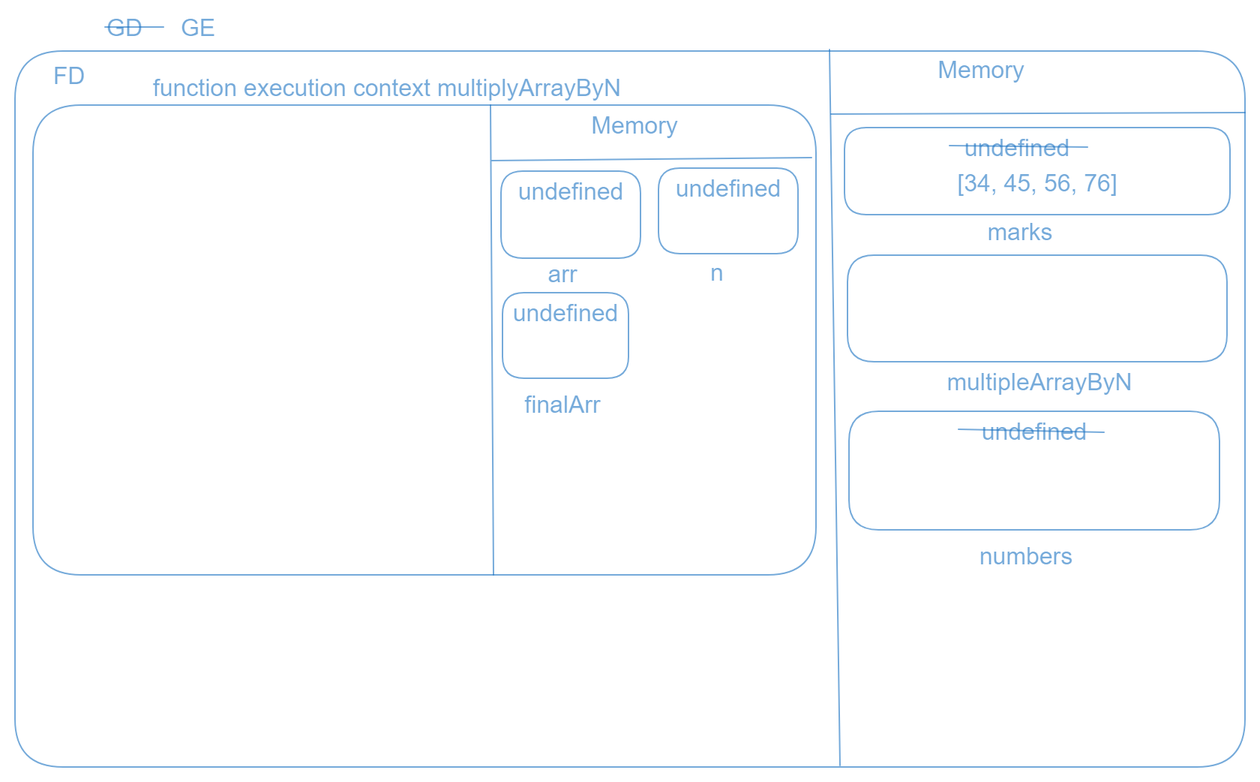
The Excalidraw diagram block-BJaags/img/hosting 33.png in D804/TA-JS-scope-and-closure-TJaaal, before a commit. Source tidied: one line per element, renumbered; positions are measured from the earlier drawing's top-left corner, leaving out a move shared by most shapes. Source of this version:
```json
{"id": 0, "type": "rectangle", "strokeColor": "#1971c2", "strokeWidth": 1, "roughness": 0, "opacity": 60, "round": true, "x": 0, "y": 24, "width": 820, "height": 477}
{"id": 1, "type": "line", "strokeColor": "#1971c2", "strokeWidth": 1, "roughness": 0, "opacity": 60, "round": true, "x": 543, "y": 23, "width": 7, "height": 477, "points": [[0, 0], [7, 477]]}
{"id": 2, "type": "line", "strokeColor": "#1971c2", "strokeWidth": 1, "roughness": 0, "opacity": 60, "round": true, "x": 544, "y": 66, "width": 276, "height": 1, "points": [[0, 0], [276, -1]]}
{"id": 3, "type": "text", "text": "Memory", "strokeColor": "#1971c2", "strokeWidth": 1, "roughness": 0, "opacity": 60, "fontSize": 16, "fontFamily": 2, "textAlign": "center", "x": 615, "y": 28, "width": 58, "height": 18}
{"id": 4, "type": "rectangle", "strokeColor": "#1971c2", "strokeWidth": 1, "roughness": 0, "opacity": 60, "round": true, "x": 553, "y": 75, "width": 257, "height": 58}
{"id": 5, "type": "text", "text": "\n[34, 45, 56, 76]", "strokeColor": "#1971c2", "strokeWidth": 1, "roughness": 0, "opacity": 60, "fontSize": 16, "fontFamily": 2, "textAlign": "center", "verticalAlign": "middle", "inside": 4, "x": 628, "y": 86, "width": 107, "height": 37}
{"id": 6, "type": "text", "text": "marks", "strokeColor": "#1971c2", "strokeWidth": 1, "roughness": 0, "opacity": 60, "fontSize": 16, "fontFamily": 2, "textAlign": "center", "x": 648, "y": 136, "width": 44, "height": 18}
{"id": 7, "type": "text", "text": "GD", "strokeColor": "#1971c2", "strokeWidth": 1, "roughness": 0, "opacity": 60, "fontSize": 16, "fontFamily": 2, "textAlign": "center", "x": 61, "y": 0, "width": 24, "height": 18}
{"id": 8, "type": "line", "strokeColor": "#1971c2", "strokeWidth": 1, "roughness": 0, "opacity": 60, "round": true, "x": 60, "y": 8, "width": 39, "height": 0, "points": [[0, 0], [39, 0]]}
{"id": 9, "type": "text", "text": "undefined", "strokeColor": "#1971c2", "strokeWidth": 1, "roughness": 0, "opacity": 60, "fontSize": 16, "fontFamily": 2, "textAlign": "center", "x": 633, "y": 80, "width": 70, "height": 18}
{"id": 10, "type": "line", "strokeColor": "#1971c2", "strokeWidth": 1, "roughness": 0, "opacity": 60, "round": true, "x": 623, "y": 87, "width": 92, "height": 1, "points": [[0, 0], [92, 1]]}
{"id": 11, "type": "rectangle", "strokeColor": "#1971c2", "strokeWidth": 1, "roughness": 0, "opacity": 60, "round": true, "x": 555, "y": 160, "width": 253, "height": 71}
{"id": 12, "type": "text", "text": "multipleArrayByN", "strokeColor": "#1971c2", "strokeWidth": 1, "roughness": 0, "opacity": 60, "fontSize": 16, "fontFamily": 2, "textAlign": "center", "x": 621, "y": 236, "width": 124, "height": 18}
{"id": 13, "type": "rectangle", "strokeColor": "#1971c2", "strokeWidth": 1, "roughness": 0, "opacity": 60, "round": true, "x": 556, "y": 264, "width": 247, "height": 79}
{"id": 14, "type": "text", "text": "undefined", "strokeColor": "#1971c2", "strokeWidth": 1, "roughness": 0, "opacity": 60, "fontSize": 16, "fontFamily": 2, "textAlign": "center", "inside": 13, "x": 644, "y": 269, "width": 70, "height": 18}
{"id": 15, "type": "text", "text": "numbers", "strokeColor": "#1971c2", "strokeWidth": 1, "roughness": 0, "opacity": 60, "fontSize": 16, "fontFamily": 2, "textAlign": "center", "x": 643, "y": 352, "width": 62, "height": 18}
{"id": 16, "type": "line", "strokeColor": "#1971c2", "strokeWidth": 1, "roughness": 0, "opacity": 60, "round": true, "x": 629, "y": 276, "width": 97, "height": 2, "points": [[0, 0], [97, 2]]}
{"id": 17, "type": "text", "text": "GE", "strokeColor": "#1971c2", "strokeWidth": 1, "roughness": 0, "opacity": 60, "fontSize": 16, "fontFamily": 2, "textAlign": "center", "x": 110, "y": 0, "width": 23, "height": 18}
{"id": 18, "type": "rectangle", "strokeColor": "#1971c2", "strokeWidth": 1, "roughness": 0, "opacity": 60, "round": true, "x": 12, "y": 60, "width": 522, "height": 313}
{"id": 19, "type": "line", "strokeColor": "#1971c2", "strokeWidth": 1, "roughness": 0, "opacity": 60, "round": true, "x": 317, "y": 60, "width": 2, "height": 313, "points": [[0, 0], [2, 313]]}
{"id": 20, "type": "line", "strokeColor": "#1971c2", "strokeWidth": 1, "roughness": 0, "opacity": 60, "round": true, "x": 318, "y": 97, "width": 213, "height": 2, "points": [[0, 0], [213, -2]]}
{"id": 21, "type": "text", "text": "Memory", "strokeColor": "#1971c2", "strokeWidth": 1, "roughness": 0, "opacity": 60, "fontSize": 16, "fontFamily": 2, "textAlign": "center", "x": 384, "y": 65, "width": 58, "height": 18}
{"id": 22, "type": "text", "text": "function execution context multiplyArrayByN", "strokeColor": "#1971c2", "strokeWidth": 1, "roughness": 0, "opacity": 60, "fontSize": 16, "fontFamily": 2, "textAlign": "center", "x": 92, "y": 40, "width": 312, "height": 18}
{"id": 23, "type": "text", "text": "FD", "strokeColor": "#1971c2", "strokeWidth": 1, "roughness": 0, "opacity": 60, "fontSize": 16, "fontFamily": 2, "textAlign": "center", "x": 25, "y": 32, "width": 21, "height": 18}
{"id": 24, "type": "rectangle", "strokeColor": "#1971c2", "strokeWidth": 1, "roughness": 0, "opacity": 60, "round": true, "x": 324, "y": 104, "width": 93, "height": 58}
{"id": 25, "type": "text", "text": "undefined", "strokeColor": "#1971c2", "strokeWidth": 1, "roughness": 0, "opacity": 60, "fontSize": 16, "fontFamily": 2, "textAlign": "center", "inside": 24, "x": 335, "y": 109, "width": 70, "height": 18}
{"id": 26, "type": "rectangle", "strokeColor": "#1971c2", "strokeWidth": 1, "roughness": 0, "opacity": 60, "round": true, "x": 429, "y": 102, "width": 93, "height": 57}
{"id": 27, "type": "text", "text": "undefined", "strokeColor": "#1971c2", "strokeWidth": 1, "roughness": 0, "opacity": 60, "fontSize": 16, "fontFamily": 2, "textAlign": "center", "inside": 26, "x": 440, "y": 107, "width": 70, "height": 18}
{"id": 28, "type": "text", "text": "arr", "strokeColor": "#1971c2", "strokeWidth": 1, "roughness": 0, "opacity": 60, "fontSize": 16, "fontFamily": 2, "textAlign": "center", "x": 355, "y": 164, "width": 20, "height": 18}
{"id": 29, "type": "text", "text": "n", "strokeColor": "#1971c2", "strokeWidth": 1, "roughness": 0, "opacity": 60, "fontSize": 16, "fontFamily": 2, "textAlign": "center", "x": 464, "y": 163, "width": 9, "height": 18}
{"id": 30, "type": "rectangle", "strokeColor": "#1971c2", "strokeWidth": 1, "roughness": 0, "opacity": 60, "round": true, "x": 325, "y": 185, "width": 84, "height": 57}
{"id": 31, "type": "text", "text": "undefined", "strokeColor": "#1971c2", "strokeWidth": 1, "roughness": 0, "opacity": 60, "fontSize": 16, "fontFamily": 2, "textAlign": "center", "inside": 30, "x": 332, "y": 190, "width": 70, "height": 18}
{"id": 32, "type": "text", "text": "finalArr", "strokeColor": "#1971c2", "strokeWidth": 1, "roughness": 0, "opacity": 60, "fontSize": 16, "fontFamily": 2, "textAlign": "center", "x": 340, "y": 251, "width": 51, "height": 18}
```
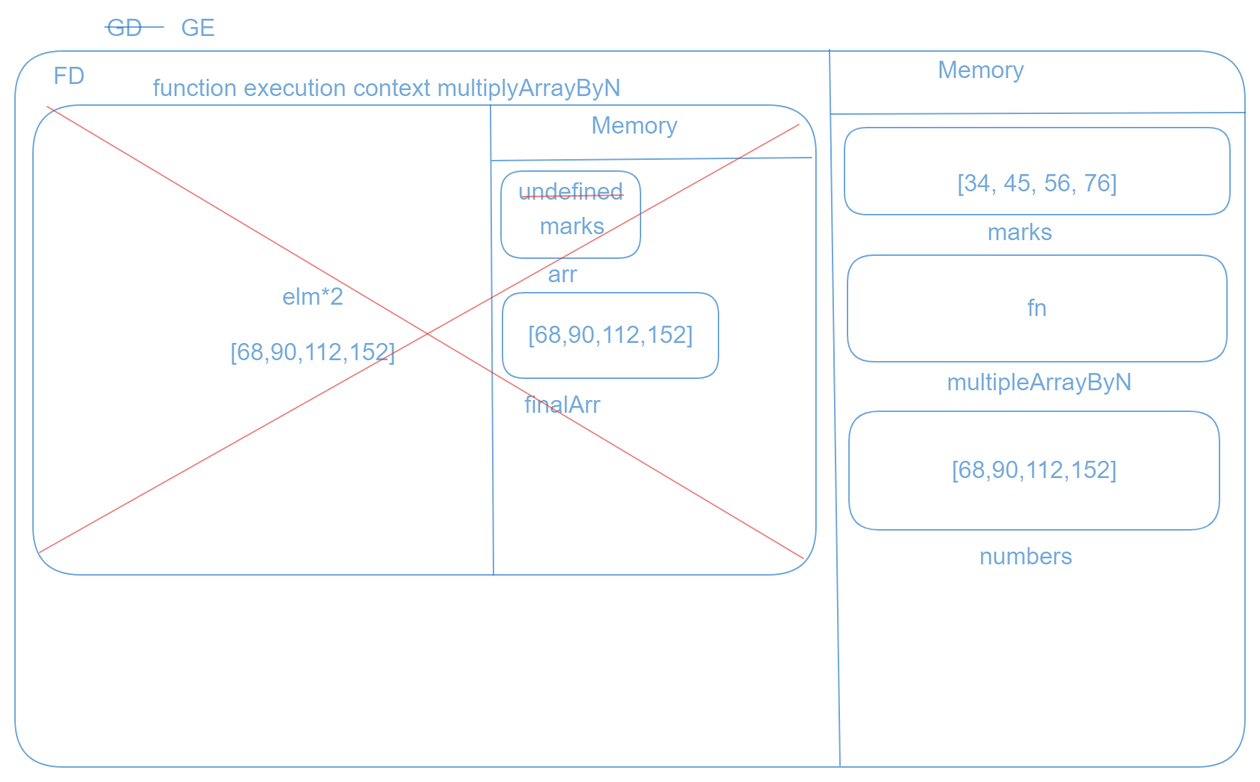
Later version of the same file.

Commit message:
update scope and hosting

The edit, as a diff of the source:
```diff
@@ -7,14 +7,12 @@
 {"id": 6, "type": "text", "text": "marks", "strokeColor": "#1971c2", "strokeWidth": 1, "roughness": 0, "opacity": 60, "fontSize": 16, "fontFamily": 2, "textAlign": "center", "x": 648, "y": 136, "width": 44, "height": 18}
 {"id": 7, "type": "text", "text": "GD", "strokeColor": "#1971c2", "strokeWidth": 1, "roughness": 0, "opacity": 60, "fontSize": 16, "fontFamily": 2, "textAlign": "center", "x": 61, "y": 0, "width": 24, "height": 18}
 {"id": 8, "type": "line", "strokeColor": "#1971c2", "strokeWidth": 1, "roughness": 0, "opacity": 60, "round": true, "x": 60, "y": 8, "width": 39, "height": 0, "points": [[0, 0], [39, 0]]}
-{"id": 9, "type": "text", "text": "undefined", "strokeColor": "#1971c2", "strokeWidth": 1, "roughness": 0, "opacity": 60, "fontSize": 16, "fontFamily": 2, "textAlign": "center", "x": 633, "y": 80, "width": 70, "height": 18}
-{"id": 10, "type": "line", "strokeColor": "#1971c2", "strokeWidth": 1, "roughness": 0, "opacity": 60, "round": true, "x": 623, "y": 87, "width": 92, "height": 1, "points": [[0, 0], [92, 1]]}
 {"id": 11, "type": "rectangle", "strokeColor": "#1971c2", "strokeWidth": 1, "roughness": 0, "opacity": 60, "round": true, "x": 555, "y": 160, "width": 253, "height": 71}
+{"id": 33, "type": "text", "text": "fn", "strokeColor": "#1971c2", "backgroundColor": "#a5d8ff", "fillStyle": "cross-hatch", "strokeWidth": 1, "roughness": 0, "opacity": 60, "fontSize": 16, "fontFamily": 2, "textAlign": "center", "verticalAlign": "middle", "inside": 11, "x": 675, "y": 186, "width": 13, "height": 18}
 {"id": 12, "type": "text", "text": "multipleArrayByN", "strokeColor": "#1971c2", "strokeWidth": 1, "roughness": 0, "opacity": 60, "fontSize": 16, "fontFamily": 2, "textAlign": "center", "x": 621, "y": 236, "width": 124, "height": 18}
 {"id": 13, "type": "rectangle", "strokeColor": "#1971c2", "strokeWidth": 1, "roughness": 0, "opacity": 60, "round": true, "x": 556, "y": 264, "width": 247, "height": 79}
-{"id": 14, "type": "text", "text": "undefined", "strokeColor": "#1971c2", "strokeWidth": 1, "roughness": 0, "opacity": 60, "fontSize": 16, "fontFamily": 2, "textAlign": "center", "inside": 13, "x": 644, "y": 269, "width": 70, "height": 18}
+{"id": 34, "type": "text", "text": "[68,90,112,152]", "strokeColor": "#1971c2", "backgroundColor": "#a5d8ff", "fillStyle": "cross-hatch", "strokeWidth": 1, "roughness": 0, "opacity": 60, "fontSize": 16, "fontFamily": 2, "textAlign": "center", "verticalAlign": "middle", "inside": 13, "x": 624, "y": 294, "width": 110, "height": 18}
 {"id": 15, "type": "text", "text": "numbers", "strokeColor": "#1971c2", "strokeWidth": 1, "roughness": 0, "opacity": 60, "fontSize": 16, "fontFamily": 2, "textAlign": "center", "x": 643, "y": 352, "width": 62, "height": 18}
-{"id": 16, "type": "line", "strokeColor": "#1971c2", "strokeWidth": 1, "roughness": 0, "opacity": 60, "round": true, "x": 629, "y": 276, "width": 97, "height": 2, "points": [[0, 0], [97, 2]]}
 {"id": 17, "type": "text", "text": "GE", "strokeColor": "#1971c2", "strokeWidth": 1, "roughness": 0, "opacity": 60, "fontSize": 16, "fontFamily": 2, "textAlign": "center", "x": 110, "y": 0, "width": 23, "height": 18}
 {"id": 18, "type": "rectangle", "strokeColor": "#1971c2", "strokeWidth": 1, "roughness": 0, "opacity": 60, "round": true, "x": 12, "y": 60, "width": 522, "height": 313}
 {"id": 19, "type": "line", "strokeColor": "#1971c2", "strokeWidth": 1, "roughness": 0, "opacity": 60, "round": true, "x": 317, "y": 60, "width": 2, "height": 313, "points": [[0, 0], [2, 313]]}
@@ -24,10 +22,12 @@
 {"id": 23, "type": "text", "text": "FD", "strokeColor": "#1971c2", "strokeWidth": 1, "roughness": 0, "opacity": 60, "fontSize": 16, "fontFamily": 2, "textAlign": "center", "x": 25, "y": 32, "width": 21, "height": 18}
 {"id": 24, "type": "rectangle", "strokeColor": "#1971c2", "strokeWidth": 1, "roughness": 0, "opacity": 60, "round": true, "x": 324, "y": 104, "width": 93, "height": 58}
 {"id": 25, "type": "text", "text": "undefined", "strokeColor": "#1971c2", "strokeWidth": 1, "roughness": 0, "opacity": 60, "fontSize": 16, "fontFamily": 2, "textAlign": "center", "inside": 24, "x": 335, "y": 109, "width": 70, "height": 18}
-{"id": 26, "type": "rectangle", "strokeColor": "#1971c2", "strokeWidth": 1, "roughness": 0, "opacity": 60, "round": true, "x": 429, "y": 102, "width": 93, "height": 57}
-{"id": 27, "type": "text", "text": "undefined", "strokeColor": "#1971c2", "strokeWidth": 1, "roughness": 0, "opacity": 60, "fontSize": 16, "fontFamily": 2, "textAlign": "center", "inside": 26, "x": 440, "y": 107, "width": 70, "height": 18}
 {"id": 28, "type": "text", "text": "arr", "strokeColor": "#1971c2", "strokeWidth": 1, "roughness": 0, "opacity": 60, "fontSize": 16, "fontFamily": 2, "textAlign": "center", "x": 355, "y": 164, "width": 20, "height": 18}
-{"id": 29, "type": "text", "text": "n", "strokeColor": "#1971c2", "strokeWidth": 1, "roughness": 0, "opacity": 60, "fontSize": 16, "fontFamily": 2, "textAlign": "center", "x": 464, "y": 163, "width": 9, "height": 18}
-{"id": 30, "type": "rectangle", "strokeColor": "#1971c2", "strokeWidth": 1, "roughness": 0, "opacity": 60, "round": true, "x": 325, "y": 185, "width": 84, "height": 57}
+{"id": 30, "type": "rectangle", "strokeColor": "#1971c2", "strokeWidth": 1, "roughness": 0, "opacity": 60, "round": true, "x": 325, "y": 185, "width": 144, "height": 57}
-{"id": 31, "type": "text", "text": "undefined", "strokeColor": "#1971c2", "strokeWidth": 1, "roughness": 0, "opacity": 60, "fontSize": 16, "fontFamily": 2, "textAlign": "center", "inside": 30, "x": 332, "y": 190, "width": 70, "height": 18}
+{"id": 35, "type": "text", "text": "[68,90,112,152]", "strokeColor": "#1971c2", "backgroundColor": "#a5d8ff", "fillStyle": "cross-hatch", "strokeWidth": 1, "roughness": 0, "opacity": 60, "fontSize": 16, "fontFamily": 2, "textAlign": "center", "verticalAlign": "middle", "inside": 30, "x": 342, "y": 204, "width": 110, "height": 18}
 {"id": 32, "type": "text", "text": "finalArr", "strokeColor": "#1971c2", "strokeWidth": 1, "roughness": 0, "opacity": 60, "fontSize": 16, "fontFamily": 2, "textAlign": "center", "x": 340, "y": 251, "width": 51, "height": 18}
+{"id": 36, "type": "line", "strokeColor": "#e03131", "backgroundColor": "#a5d8ff", "fillStyle": "cross-hatch", "strokeWidth": 1, "roughness": 0, "opacity": 60, "round": true, "x": 339, "y": 121, "width": 67, "height": 1, "points": [[0, 0], [67, -1]]}
+{"id": 37, "type": "text", "text": "marks", "strokeColor": "#1971c2", "backgroundColor": "#a5d8ff", "fillStyle": "cross-hatch", "strokeWidth": 1, "roughness": 0, "opacity": 60, "fontSize": 16, "fontFamily": 2, "textAlign": "center", "verticalAlign": "middle", "x": 350, "y": 132, "width": 44, "height": 18}
+{"id": 38, "type": "text", "text": "elm*2\n\n[68,90,112,152]", "strokeColor": "#1971c2", "backgroundColor": "#a5d8ff", "fillStyle": "cross-hatch", "strokeWidth": 1, "roughness": 0, "opacity": 60, "fontSize": 16, "fontFamily": 2, "textAlign": "center", "x": 144, "y": 179, "width": 110, "height": 55}
+{"id": 39, "type": "line", "strokeColor": "#e03131", "backgroundColor": "#a5d8ff", "fillStyle": "cross-hatch", "strokeWidth": 1, "roughness": 0, "opacity": 60, "round": true, "x": 523, "y": 73, "width": 506, "height": 285, "points": [[0, 0], [-506, 285]]}
+{"id": 40, "type": "line", "strokeColor": "#e03131", "backgroundColor": "#a5d8ff", "fillStyle": "cross-hatch", "strokeWidth": 1, "roughness": 0, "opacity": 60, "round": true, "x": 22, "y": 61, "width": 504, "height": 301, "points": [[0, 0], [504, 301]]}
```
